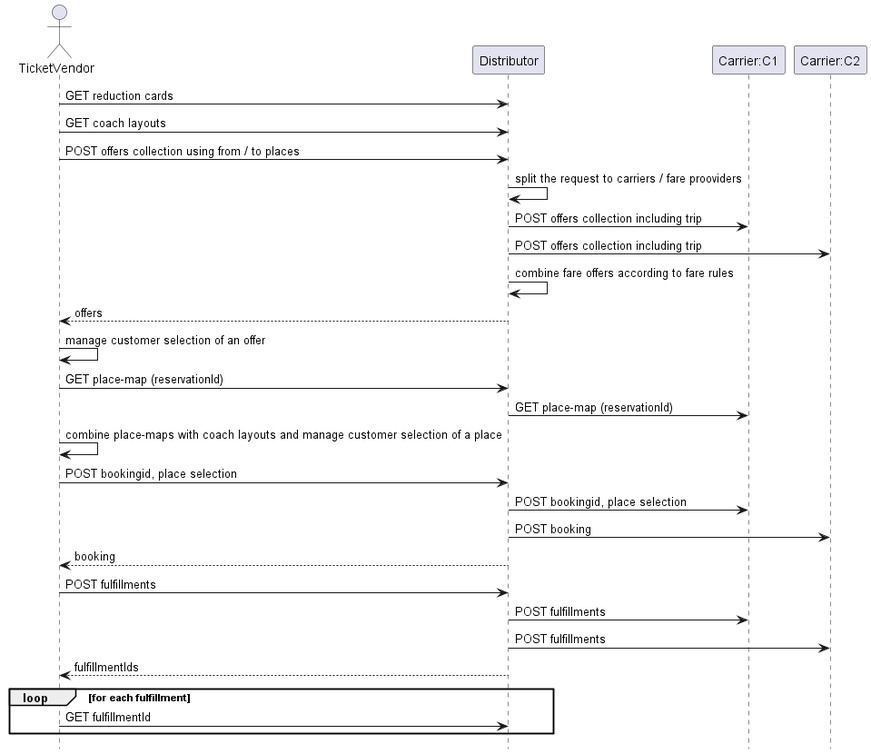
Earlier version of the PlantUML export images/processes/seq-graphical-reservation.png (UnionInternationalCheminsdeFer/OSDM). Its source is kept beside it as images/processes/seq-graphical-reservation.puml. The source it was exported from:
```plantuml
@startuml
hide footbox

actor "Retailer"

"Retailer" -> "Distributor": GET /reduction-cards

"Retailer" -> "Distributor": GET /coach-layouts

"Retailer" -> "Distributor": POST offers

"Distributor" -> "Distributor": split the request to carriers / fare providers

"Distributor" -> "Carrier:C1": POST /offers incl. trip

"Distributor" -> "Carrier:C2": POST /offers incl. trip

"Distributor" -> "Distributor": combine fare offers according to fare rules

"Distributor" --> "Retailer": offers incl. reservation offer parts

"Retailer" -> "Retailer": manage customer selection of an offer

"Retailer" -> "Distributor": GET /availabilities/place-map (reservationOfferPartId)

"Distributor" -> "Carrier:C1": GET /availabilities/place-map (reservationId)

"Retailer" -> "Retailer": combine place-maps with coach layouts and manage customer selection of a place

"Retailer" -> "Distributor": POST /bookings/{bookingId}/booked-offers/{bookedOfferId}/reservations incl. reservationOfferIds and place selections

"Distributor" -> "Carrier:C1": POST /bookings/{bookingId}/booked-offers/{bookedOfferId}/reservation incl. reservationOfferId and place selection

"Distributor" -> "Carrier:C2": POST /booking

"Distributor" --> "Retailer": booking

"Retailer" -> "Distributor": POST /bookings/{bookingId}/fulfillments

"Distributor" -> "Carrier:C1": /bookings/{bookingId}/fulfillments

"Distributor" -> "Carrier:C2": /bookings/{bookingId}/fulfillments

"Retailer" <-- "Distributor": fulfillmentIds

loop for each fulfillment

"Retailer" -> "Distributor": GET /fulfillments/{fulfillmentId}

end

@enduml
```
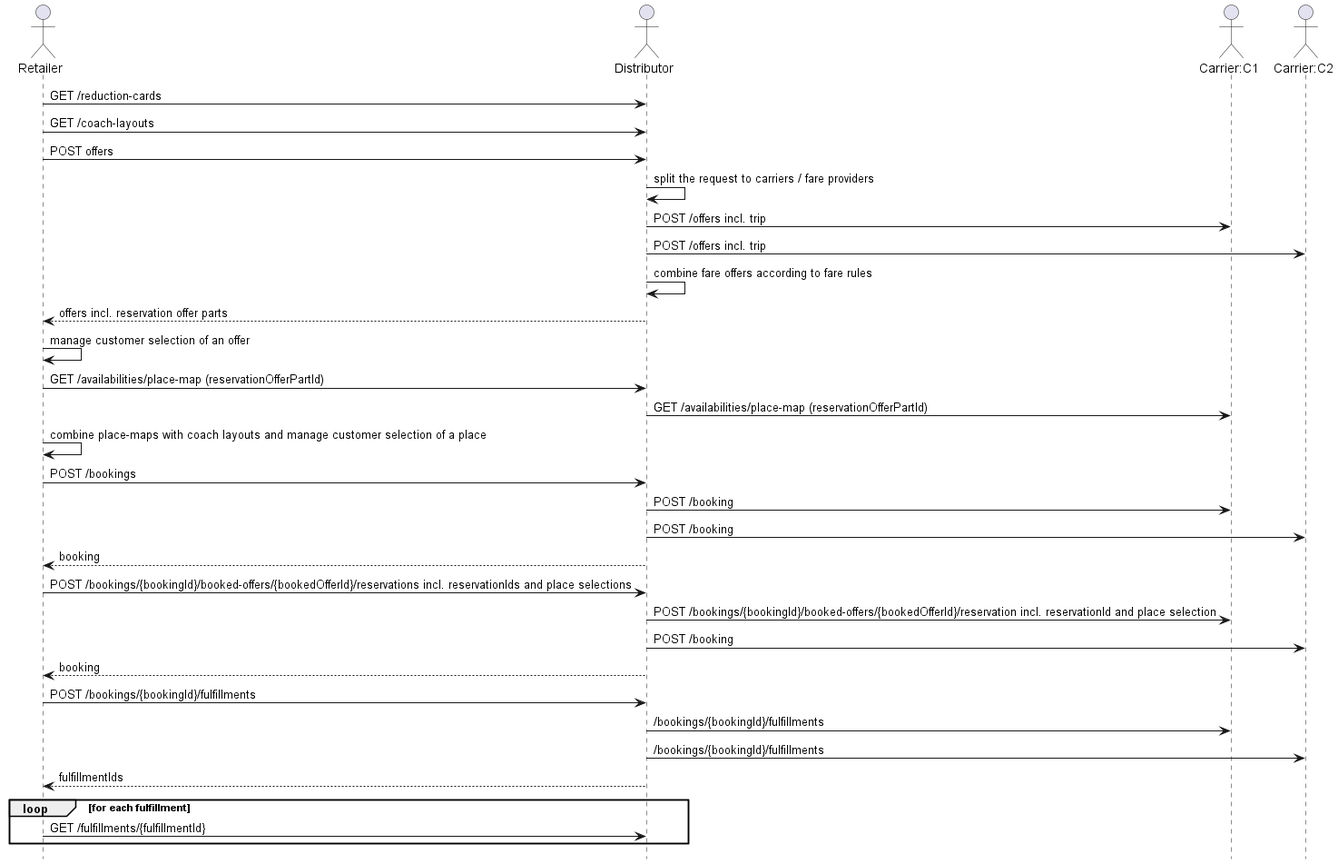
Later version of the same file.

Commit message:
reservation sequence diagrams

The edit, as a diff of the source:
```diff
@@ -2,6 +2,9 @@
 hide footbox
 
 actor "Retailer"
+actor "Distributor"
+actor "Carrier:C1"
+actor "Carrier:C2"
 
 "Retailer" -> "Distributor": GET /reduction-cards
 
@@ -23,13 +26,21 @@
 
 "Retailer" -> "Distributor": GET /availabilities/place-map (reservationOfferPartId)
 
-"Distributor" -> "Carrier:C1": GET /availabilities/place-map (reservationId)
+"Distributor" -> "Carrier:C1": GET /availabilities/place-map (reservationOfferPartId)
 
 "Retailer" -> "Retailer": combine place-maps with coach layouts and manage customer selection of a place
 
-"Retailer" -> "Distributor": POST /bookings/{bookingId}/booked-offers/{bookedOfferId}/reservations incl. reservationOfferIds and place selections
+"Retailer" -> "Distributor": POST /bookings
 
-"Distributor" -> "Carrier:C1": POST /bookings/{bookingId}/booked-offers/{bookedOfferId}/reservation incl. reservationOfferId and place selection
+"Distributor" -> "Carrier:C1": POST /booking
+
+"Distributor" -> "Carrier:C2": POST /booking
+
+"Distributor" --> "Retailer": booking
+
+"Retailer" -> "Distributor": POST /bookings/{bookingId}/booked-offers/{bookedOfferId}/reservations incl. reservationIds and place selections
+
+"Distributor" -> "Carrier:C1": POST /bookings/{bookingId}/booked-offers/{bookedOfferId}/reservation incl. reservationId and place selection
 
 "Distributor" -> "Carrier:C2": POST /booking
 
```
